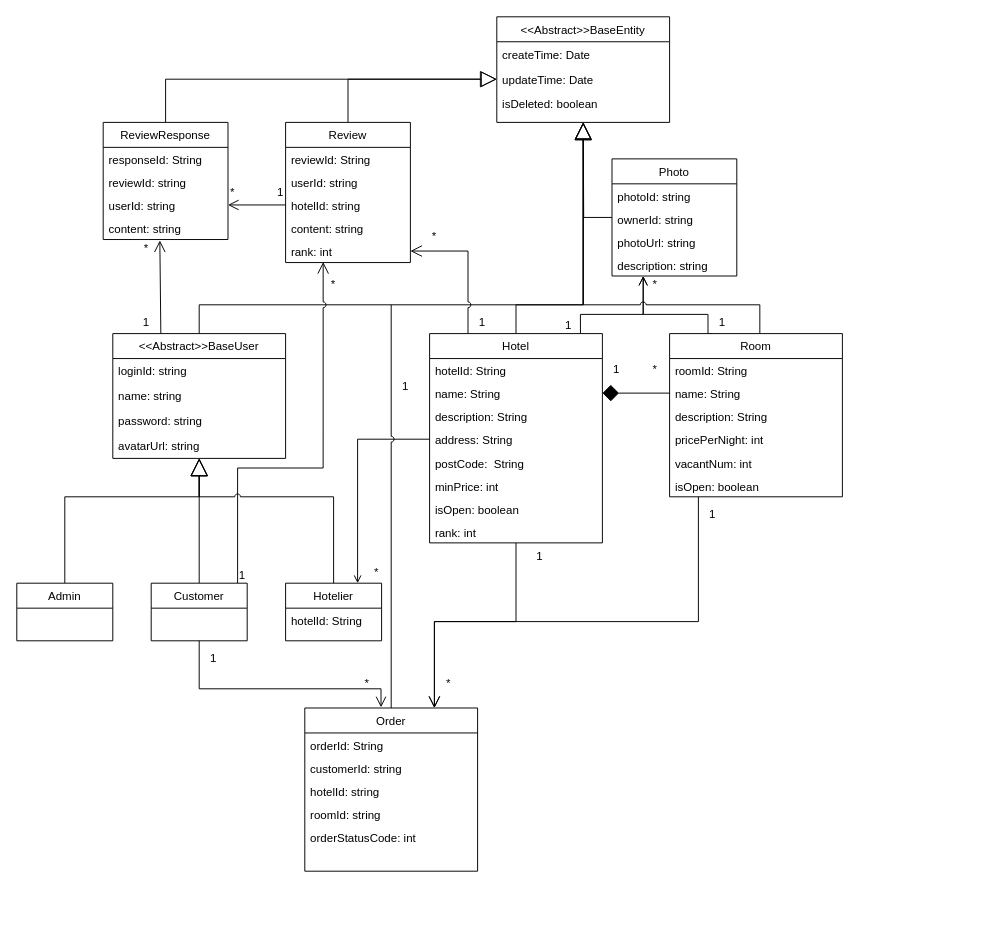
Blackmesa-Canteen/static-res keeps this draw.io diagram as domain.drawio. Above is the earlier version. Source tidied: cells renumbered, new cells numbered last; positions are measured from the earlier drawing's top-left corner, leaving out a move shared by most shapes. Both pictures are drawn from the tidied source at 96%, with x=0, y=0 at pixel (16, 16).
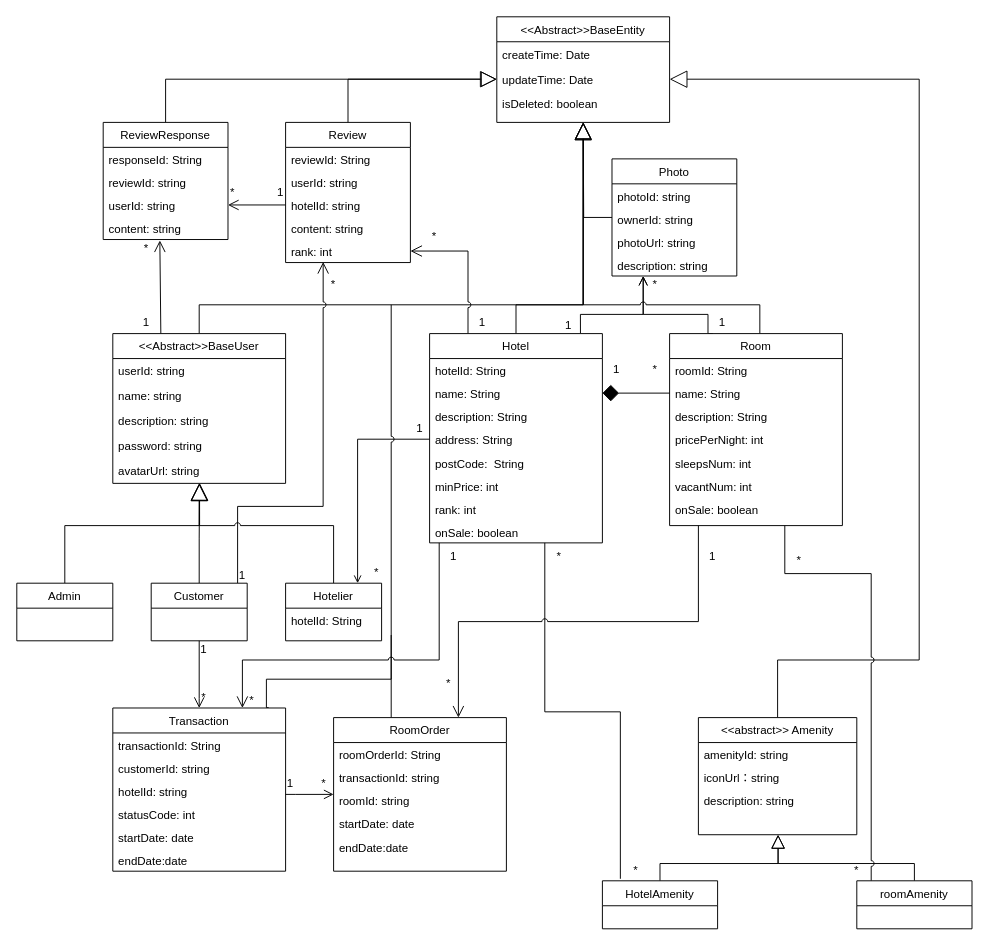
The same diagram, later.

The change refers to these unchanged cells:
```xml
<mxCell id="4" value="updateTime: Date" style="text;align=left;verticalAlign=top;spacingLeft=4;spacingRight=4;overflow=hidden;points=[[0,0.5],[1,0.5]];portConstraint=eastwest;rounded=0;shadow=0;html=0;" parent="2" vertex="1">
  <mxGeometry y="52" width="180" height="26" as="geometry" />
</mxCell>
<mxCell id="14" value="Admin" style="swimlane;fontStyle=0;align=center;verticalAlign=top;horizontal=1;startSize=26;rounded=0;shadow=0;strokeWidth=1;" parent="1" vertex="1">
  <mxGeometry y="590" width="100" height="60" as="geometry" />
</mxCell>
<mxCell id="18" value="Customer" style="swimlane;fontStyle=0;align=center;verticalAlign=top;horizontal=1;startSize=26;rounded=0;shadow=0;strokeWidth=1;" parent="1" vertex="1">
  <mxGeometry x="140" y="590" width="100" height="60" as="geometry" />
</mxCell>
<mxCell id="21" value="Hotelier" style="swimlane;fontStyle=0;align=center;verticalAlign=top;horizontal=1;startSize=26;rounded=0;shadow=0;strokeWidth=1;" parent="1" vertex="1">
  <mxGeometry x="280" y="590" width="100" height="60" as="geometry" />
</mxCell>
<mxCell id="35" value="Hotel" style="swimlane;fontStyle=0;align=center;verticalAlign=top;horizontal=1;startSize=26;rounded=0;shadow=0;strokeWidth=1;" parent="1" vertex="1">
  <mxGeometry x="430" y="330" width="180" height="218" as="geometry" />
</mxCell>
<mxCell id="65" value="rank: int" style="text;align=left;verticalAlign=top;spacingLeft=4;spacingRight=4;overflow=hidden;points=[[0,0.5],[1,0.5]];portConstraint=eastwest;" parent="60" vertex="1">
  <mxGeometry y="122" width="130" height="24" as="geometry" />
</mxCell>
```

Change to the diagram source:
```diff
@@
     <mxCell id="8" value="&lt;&lt;Abstract&gt;&gt;BaseUser" style="swimlane;fontStyle=0;align=center;verticalAlign=top;horizontal=1;startSize=26;rounded=0;shadow=0;strokeWidth=1;" parent="1" vertex="1">
-      <mxGeometry x="100" y="330" width="180" height="130" as="geometry" />
+      <mxGeometry x="100" y="330" width="180" height="156" as="geometry" />
     </mxCell>
-    <mxCell id="9" value="loginId: string" style="text;align=left;verticalAlign=top;spacingLeft=4;spacingRight=4;overflow=hidden;" parent="8" vertex="1">
+    <mxCell id="9" value="userId: string" style="text;align=left;verticalAlign=top;spacingLeft=4;spacingRight=4;overflow=hidden;" parent="8" vertex="1">
       <mxGeometry y="26" width="180" height="26" as="geometry" />
     </mxCell>
@@
+    <mxCell id="94" value="description: string" style="text;align=left;verticalAlign=top;spacingLeft=4;spacingRight=4;overflow=hidden;" parent="8" vertex="1">
+      <mxGeometry y="78" width="180" height="26" as="geometry" />
+    </mxCell>
     <mxCell id="11" value="password: string" style="text;align=left;verticalAlign=top;spacingLeft=4;spacingRight=4;overflow=hidden;rounded=0;shadow=0;html=0;" parent="8" vertex="1">
-      <mxGeometry y="78" width="180" height="26" as="geometry" />
+      <mxGeometry y="104" width="180" height="26" as="geometry" />
     </mxCell>
     <mxCell id="12" value="avatarUrl: string" style="text;align=left;verticalAlign=top;spacingLeft=4;spacingRight=4;overflow=hidden;points=[[0,0.5],[1,0.5]];portConstraint=eastwest;rounded=0;shadow=0;html=0;" parent="8" vertex="1">
-      <mxGeometry y="104" width="180" height="26" as="geometry" />
+      <mxGeometry y="130" width="180" height="26" as="geometry" />
     </mxCell>
     <mxCell id="13" style="edgeStyle=orthogonalEdgeStyle;rounded=0;jettySize=auto;html=1;entryX=0.5;entryY=1;entryDx=0;entryDy=0;endArrow=block;endFill=0;endSize=16;strokeWidth=1;exitX=0.5;exitY=0;exitDx=0;exitDy=0;" parent="1" edge="1" source="14" target="8">
       <mxGeometry relative="1" as="geometry">
         <Array as="points">
-          <mxPoint x="50" y="500" />
-          <mxPoint x="190" y="500" />
+          <mxPoint x="50" y="530" />
+          <mxPoint x="190" y="530" />
         </Array>
       </mxGeometry>
     </mxCell>
@@
-    <mxCell id="15" style="edgeStyle=orthogonalEdgeStyle;rounded=0;jettySize=auto;html=1;endArrow=block;endFill=0;endSize=16;strokeWidth=1;" parent="1" edge="1" source="18">
-      <mxGeometry relative="1" as="geometry">
-        <mxPoint x="190" y="460" as="targetPoint" />
-      </mxGeometry>
+    <mxCell id="15" style="edgeStyle=orthogonalEdgeStyle;rounded=0;jettySize=auto;html=1;endArrow=block;endFill=0;endSize=16;strokeWidth=1;entryX=0.502;entryY=0.978;entryDx=0;entryDy=0;entryPerimeter=0;" parent="1" edge="1" source="18" target="12">
+      <mxGeometry relative="1" as="geometry" />
     </mxCell>
-    <mxCell id="16" style="edgeStyle=orthogonalEdgeStyle;rounded=0;jettySize=auto;html=1;entryX=0.441;entryY=-0.004;entryDx=0;entryDy=0;entryPerimeter=0;startArrow=none;startFill=0;endArrow=open;endFill=0;startSize=15;endSize=9;targetPerimeterSpacing=0;strokeWidth=1;" parent="1" edge="1" source="18" target="24">
+    <mxCell id="16" style="edgeStyle=orthogonalEdgeStyle;rounded=0;jettySize=auto;html=1;entryX=0.5;entryY=0;entryDx=0;entryDy=0;startArrow=none;startFill=0;endArrow=open;endFill=0;startSize=15;endSize=9;targetPerimeterSpacing=0;strokeWidth=1;" parent="1" edge="1" source="18" target="107">
       <mxGeometry relative="1" as="geometry">
         <Array as="points">
-          <mxPoint x="190" y="700" />
-          <mxPoint x="379" y="700" />
+          <mxPoint x="190" y="710" />
+          <mxPoint x="190" y="710" />
         </Array>
       </mxGeometry>
     </mxCell>
     <mxCell id="17" style="edgeStyle=orthogonalEdgeStyle;rounded=0;jumpStyle=arc;jettySize=auto;html=1;startArrow=none;startFill=0;endArrow=open;endFill=0;startSize=15;endSize=10;targetPerimeterSpacing=0;strokeWidth=1;entryX=0.301;entryY=0.975;entryDx=0;entryDy=0;entryPerimeter=0;" parent="1" edge="1" source="18" target="65">
       <mxGeometry relative="1" as="geometry">
         <Array as="points">
-          <mxPoint x="230" y="470" />
-          <mxPoint x="319" y="470" />
+          <mxPoint x="230" y="510" />
+          <mxPoint x="319" y="510" />
         </Array>
       </mxGeometry>
     </mxCell>
@@
-    <mxCell id="19" style="edgeStyle=orthogonalEdgeStyle;rounded=0;jettySize=auto;html=1;endArrow=block;endFill=0;endSize=16;strokeWidth=1;jumpStyle=arc;" parent="1" edge="1" source="21">
+    <mxCell id="19" style="edgeStyle=orthogonalEdgeStyle;rounded=0;jettySize=auto;html=1;endArrow=block;endFill=0;endSize=16;strokeWidth=1;jumpStyle=arc;entryX=0.502;entryY=0.993;entryDx=0;entryDy=0;entryPerimeter=0;" parent="1" edge="1" source="21" target="12">
       <mxGeometry relative="1" as="geometry">
-        <mxPoint x="190" y="460" as="targetPoint" />
         <Array as="points">
-          <mxPoint x="330" y="500" />
-          <mxPoint x="190" y="500" />
+          <mxPoint x="330" y="530" />
+          <mxPoint x="190" y="530" />
         </Array>
       </mxGeometry>
     </mxCell>
@@
-    <mxCell id="24" value="Order" style="swimlane;fontStyle=0;align=center;verticalAlign=top;horizontal=1;startSize=26;rounded=0;shadow=0;strokeWidth=1;" parent="1" vertex="1">
-      <mxGeometry x="300" y="720" width="180" height="170" as="geometry" />
+    <mxCell id="24" value="RoomOrder" style="swimlane;fontStyle=0;align=center;verticalAlign=top;horizontal=1;startSize=26;rounded=0;shadow=0;strokeWidth=1;" parent="1" vertex="1">
+      <mxGeometry x="330" y="730" width="180" height="160" as="geometry" />
     </mxCell>
-    <mxCell id="25" value="orderId: String&#10;" style="text;align=left;verticalAlign=top;spacingLeft=4;spacingRight=4;overflow=hidden;" parent="24" vertex="1">
+    <mxCell id="25" value="roomOrderId: String&#10;" style="text;align=left;verticalAlign=top;spacingLeft=4;spacingRight=4;overflow=hidden;" parent="24" vertex="1">
       <mxGeometry y="26" width="180" height="24" as="geometry" />
     </mxCell>
-    <mxCell id="26" value="customerId: string" style="text;align=left;verticalAlign=top;spacingLeft=4;spacingRight=4;overflow=hidden;" parent="24" vertex="1">
-      <mxGeometry y="50" width="180" height="24" as="geometry" />
-    </mxCell>
-    <mxCell id="27" value="hotelId: string" style="text;align=left;verticalAlign=top;spacingLeft=4;spacingRight=4;overflow=hidden;" parent="24" vertex="1">
-      <mxGeometry y="74" width="180" height="24" as="geometry" />
-    </mxCell>
+    <mxCell id="95" value="transactionId: string" style="text;align=left;verticalAlign=top;spacingLeft=4;spacingRight=4;overflow=hidden;" parent="24" vertex="1">
+      <mxGeometry y="50" width="180" height="24" as="geometry" />
+    </mxCell>
     <mxCell id="28" value="roomId: string" style="text;align=left;verticalAlign=top;spacingLeft=4;spacingRight=4;overflow=hidden;" parent="24" vertex="1">
-      <mxGeometry y="98" width="180" height="24" as="geometry" />
+      <mxGeometry y="74" width="180" height="24" as="geometry" />
     </mxCell>
-    <mxCell id="29" value="orderStatusCode: int" style="text;align=left;verticalAlign=top;spacingLeft=4;spacingRight=4;overflow=hidden;" parent="24" vertex="1">
-      <mxGeometry y="122" width="180" height="24" as="geometry" />
-    </mxCell>
+    <mxCell id="96" value="startDate: date" style="text;align=left;verticalAlign=top;spacingLeft=4;spacingRight=4;overflow=hidden;" parent="24" vertex="1">
+      <mxGeometry y="98" width="180" height="24" as="geometry" />
+    </mxCell>
+    <mxCell id="97" value="endDate:date" style="text;align=left;verticalAlign=top;spacingLeft=4;spacingRight=4;overflow=hidden;" parent="24" vertex="1">
+      <mxGeometry y="122" width="180" height="24" as="geometry" />
+    </mxCell>
@@
-    <mxCell id="33" style="edgeStyle=orthogonalEdgeStyle;rounded=0;jumpStyle=arc;jettySize=auto;html=1;entryX=0.75;entryY=0;entryDx=0;entryDy=0;startArrow=none;startFill=0;endArrow=open;endFill=0;startSize=15;endSize=10;targetPerimeterSpacing=0;strokeWidth=1;" parent="1" edge="1" source="35" target="24">
+    <mxCell id="33" style="edgeStyle=orthogonalEdgeStyle;rounded=0;jumpStyle=arc;jettySize=auto;html=1;startArrow=none;startFill=0;endArrow=open;endFill=0;startSize=15;endSize=10;targetPerimeterSpacing=0;strokeWidth=1;entryX=0.75;entryY=0;entryDx=0;entryDy=0;" parent="1" edge="1" source="35" target="107">
       <mxGeometry relative="1" as="geometry">
         <Array as="points">
-          <mxPoint x="520" y="630" />
-          <mxPoint x="435" y="630" />
+          <mxPoint x="440" y="670" />
+          <mxPoint x="235" y="670" />
         </Array>
       </mxGeometry>
     </mxCell>
@@
+    <mxCell id="98" style="edgeStyle=orthogonalEdgeStyle;rounded=0;jumpStyle=none;jettySize=auto;html=1;entryX=0.156;entryY=-0.042;entryDx=0;entryDy=0;entryPerimeter=0;startArrow=none;startFill=0;endArrow=none;endFill=0;startSize=15;endSize=8;targetPerimeterSpacing=0;strokeWidth=1;" parent="1" edge="1" source="35" target="117">
+      <mxGeometry relative="1" as="geometry">
+        <Array as="points">
+          <mxPoint x="550" y="724" />
+          <mxPoint x="629" y="724" />
+        </Array>
+      </mxGeometry>
+    </mxCell>
@@
+    <mxCell id="43" value="rank: int" style="text;align=left;verticalAlign=top;spacingLeft=4;spacingRight=4;overflow=hidden;" parent="35" vertex="1">
+      <mxGeometry y="170" width="180" height="24" as="geometry" />
+    </mxCell>
-    <mxCell id="42" value="isOpen: boolean" style="text;align=left;verticalAlign=top;spacingLeft=4;spacingRight=4;overflow=hidden;" parent="35" vertex="1">
-      <mxGeometry y="170" width="180" height="24" as="geometry" />
+    <mxCell id="42" value="onSale: boolean" style="text;align=left;verticalAlign=top;spacingLeft=4;spacingRight=4;overflow=hidden;" parent="35" vertex="1">
+      <mxGeometry y="194" width="180" height="24" as="geometry" />
     </mxCell>
-    <mxCell id="43" value="rank: int" style="text;align=left;verticalAlign=top;spacingLeft=4;spacingRight=4;overflow=hidden;" parent="35" vertex="1">
-      <mxGeometry y="194" width="180" height="24" as="geometry" />
-    </mxCell>
     <mxCell id="44" value="1" style="text;html=1;strokeColor=none;fillColor=none;align=center;verticalAlign=middle;whiteSpace=wrap;rounded=0;" parent="1" vertex="1">
-      <mxGeometry x="380" y="376.5" width="50" height="17" as="geometry" />
+      <mxGeometry x="395" y="420" width="50" height="17" as="geometry" />
     </mxCell>
@@
-    <mxCell id="47" style="edgeStyle=orthogonalEdgeStyle;rounded=0;jumpStyle=none;jettySize=auto;html=1;entryX=0.75;entryY=0;entryDx=0;entryDy=0;startArrow=none;startFill=0;endArrow=open;endFill=0;startSize=15;endSize=10;targetPerimeterSpacing=0;strokeWidth=1;" parent="1" edge="1" source="49" target="24">
+    <mxCell id="47" style="edgeStyle=orthogonalEdgeStyle;rounded=0;jumpStyle=arc;jettySize=auto;html=1;startArrow=none;startFill=0;endArrow=open;endFill=0;startSize=15;endSize=10;targetPerimeterSpacing=0;strokeWidth=1;" parent="1" edge="1" source="49">
       <mxGeometry relative="1" as="geometry">
+        <mxPoint x="460" y="730" as="targetPoint" />
         <Array as="points">
           <mxPoint x="710" y="630" />
-          <mxPoint x="435" y="630" />
+          <mxPoint x="460" y="630" />
+          <mxPoint x="460" y="730" />
         </Array>
       </mxGeometry>
     </mxCell>
@@
     <mxCell id="49" value="Room" style="swimlane;fontStyle=0;align=center;verticalAlign=top;horizontal=1;startSize=26;rounded=0;shadow=0;strokeWidth=1;" parent="1" vertex="1">
-      <mxGeometry x="680" y="330" width="180" height="170" as="geometry" />
+      <mxGeometry x="680" y="330" width="180" height="200" as="geometry" />
     </mxCell>
@@
+    <mxCell id="99" value="sleepsNum: int" style="text;align=left;verticalAlign=top;spacingLeft=4;spacingRight=4;overflow=hidden;" parent="49" vertex="1">
+      <mxGeometry y="122" width="180" height="24" as="geometry" />
+    </mxCell>
     <mxCell id="54" value="vacantNum: int" style="text;align=left;verticalAlign=top;spacingLeft=4;spacingRight=4;overflow=hidden;" parent="49" vertex="1">
-      <mxGeometry y="122" width="180" height="24" as="geometry" />
+      <mxGeometry y="146" width="180" height="24" as="geometry" />
     </mxCell>
-    <mxCell id="55" value="isOpen: boolean" style="text;align=left;verticalAlign=top;spacingLeft=4;spacingRight=4;overflow=hidden;" parent="49" vertex="1">
-      <mxGeometry y="146" width="180" height="24" as="geometry" />
+    <mxCell id="55" value="onSale: boolean" style="text;align=left;verticalAlign=top;spacingLeft=4;spacingRight=4;overflow=hidden;" parent="49" vertex="1">
+      <mxGeometry y="170" width="180" height="26" as="geometry" />
     </mxCell>
@@
     <mxCell id="80" value="1" style="text;html=1;strokeColor=none;fillColor=none;align=center;verticalAlign=middle;whiteSpace=wrap;rounded=0;" parent="1" vertex="1">
-      <mxGeometry x="190" y="660" width="30" height="17" as="geometry" />
+      <mxGeometry x="180" y="650" width="30" height="17" as="geometry" />
     </mxCell>
-    <mxCell id="81" value="*" style="text;html=1;strokeColor=none;fillColor=none;align=center;verticalAlign=middle;whiteSpace=wrap;rounded=0;" parent="1" vertex="1">
-      <mxGeometry x="355" y="690" width="20" height="10" as="geometry" />
-    </mxCell>
@@
     <mxCell id="83" value="1" style="text;html=1;strokeColor=none;fillColor=none;align=center;verticalAlign=middle;whiteSpace=wrap;rounded=0;" parent="1" vertex="1">
-      <mxGeometry x="530" y="553" width="30" height="17" as="geometry" />
+      <mxGeometry x="440" y="553" width="30" height="17" as="geometry" />
     </mxCell>
     <mxCell id="84" value="1" style="text;html=1;strokeColor=none;fillColor=none;align=center;verticalAlign=middle;whiteSpace=wrap;rounded=0;" parent="1" vertex="1">
-      <mxGeometry x="710" y="510" width="30" height="17" as="geometry" />
+      <mxGeometry x="710" y="553" width="30" height="17" as="geometry" />
     </mxCell>
@@
+    <mxCell id="100" style="edgeStyle=orthogonalEdgeStyle;rounded=0;jumpStyle=arc;jettySize=auto;html=1;entryX=1;entryY=0.5;entryDx=0;entryDy=0;startArrow=none;startFill=0;endArrow=block;endFill=0;startSize=15;endSize=16;targetPerimeterSpacing=0;strokeWidth=1;exitX=0.5;exitY=0;exitDx=0;exitDy=0;" parent="1" edge="1" source="101" target="4">
+      <mxGeometry relative="1" as="geometry">
+        <Array as="points">
+          <mxPoint x="793" y="670" />
+          <mxPoint x="940" y="670" />
+          <mxPoint x="940" y="65" />
+        </Array>
+      </mxGeometry>
+    </mxCell>
+    <mxCell id="101" value="&lt;&lt;abstract&gt;&gt; Amenity" style="swimlane;fontStyle=0;align=center;verticalAlign=top;horizontal=1;startSize=26;rounded=0;shadow=0;strokeWidth=1;" parent="1" vertex="1">
+      <mxGeometry x="710" y="730" width="165" height="122" as="geometry" />
+    </mxCell>
+    <mxCell id="102" value="amenityId: string" style="text;align=left;verticalAlign=top;spacingLeft=4;spacingRight=4;overflow=hidden;" parent="101" vertex="1">
+      <mxGeometry y="26" width="165" height="24" as="geometry" />
+    </mxCell>
+    <mxCell id="103" value="iconUrl：string" style="text;align=left;verticalAlign=top;spacingLeft=4;spacingRight=4;overflow=hidden;" parent="101" vertex="1">
+      <mxGeometry y="50" width="165" height="24" as="geometry" />
+    </mxCell>
+    <mxCell id="104" value="description: string" style="text;align=left;verticalAlign=top;spacingLeft=4;spacingRight=4;overflow=hidden;" parent="101" vertex="1">
+      <mxGeometry y="74" width="165" height="24" as="geometry" />
+    </mxCell>
+    <mxCell id="105" style="edgeStyle=orthogonalEdgeStyle;rounded=0;jumpStyle=none;jettySize=auto;html=1;startArrow=none;startFill=0;endArrow=none;endFill=0;startSize=15;endSize=8;targetPerimeterSpacing=0;strokeWidth=1;exitX=0.902;exitY=-0.002;exitDx=0;exitDy=0;exitPerimeter=0;" parent="1" edge="1" source="107">
+      <mxGeometry relative="1" as="geometry">
+        <mxPoint x="390" y="644" as="targetPoint" />
+        <Array as="points">
+          <mxPoint x="260" y="720" />
+          <mxPoint x="260" y="690" />
+          <mxPoint x="390" y="690" />
+        </Array>
+      </mxGeometry>
+    </mxCell>
+    <mxCell id="106" style="edgeStyle=orthogonalEdgeStyle;rounded=0;jumpStyle=none;jettySize=auto;html=1;startArrow=none;startFill=0;endArrow=open;endFill=0;startSize=15;endSize=8;targetPerimeterSpacing=0;strokeWidth=1;" parent="1" edge="1" source="107" target="24">
+      <mxGeometry relative="1" as="geometry">
+        <Array as="points">
+          <mxPoint x="290" y="810" />
+          <mxPoint x="290" y="810" />
+        </Array>
+      </mxGeometry>
+    </mxCell>
+    <mxCell id="107" value="Transaction" style="swimlane;fontStyle=0;align=center;verticalAlign=top;horizontal=1;startSize=26;rounded=0;shadow=0;strokeWidth=1;" parent="1" vertex="1">
+      <mxGeometry x="100" y="720" width="180" height="170" as="geometry" />
+    </mxCell>
+    <mxCell id="108" value="transactionId: String&#10;" style="text;align=left;verticalAlign=top;spacingLeft=4;spacingRight=4;overflow=hidden;" parent="107" vertex="1">
+      <mxGeometry y="26" width="180" height="24" as="geometry" />
+    </mxCell>
+    <mxCell id="26" value="customerId: string" style="text;align=left;verticalAlign=top;spacingLeft=4;spacingRight=4;overflow=hidden;" parent="107" vertex="1">
+      <mxGeometry y="50" width="180" height="24" as="geometry" />
+    </mxCell>
+    <mxCell id="27" value="hotelId: string" style="text;align=left;verticalAlign=top;spacingLeft=4;spacingRight=4;overflow=hidden;" parent="107" vertex="1">
+      <mxGeometry y="74" width="180" height="24" as="geometry" />
+    </mxCell>
+    <mxCell id="109" value="statusCode: int" style="text;align=left;verticalAlign=top;spacingLeft=4;spacingRight=4;overflow=hidden;" parent="107" vertex="1">
+      <mxGeometry y="98" width="180" height="24" as="geometry" />
+    </mxCell>
+    <mxCell id="110" value="startDate: date" style="text;align=left;verticalAlign=top;spacingLeft=4;spacingRight=4;overflow=hidden;" parent="107" vertex="1">
+      <mxGeometry y="122" width="180" height="24" as="geometry" />
+    </mxCell>
+    <mxCell id="111" value="endDate:date" style="text;align=left;verticalAlign=top;spacingLeft=4;spacingRight=4;overflow=hidden;" parent="107" vertex="1">
+      <mxGeometry y="146" width="180" height="24" as="geometry" />
+    </mxCell>
+    <mxCell id="112" value="*" style="text;html=1;strokeColor=none;fillColor=none;align=center;verticalAlign=middle;whiteSpace=wrap;rounded=0;" parent="1" vertex="1">
+      <mxGeometry x="180" y="700" width="30" height="17" as="geometry" />
+    </mxCell>
+    <mxCell id="113" value="*" style="text;html=1;strokeColor=none;fillColor=none;align=center;verticalAlign=middle;whiteSpace=wrap;rounded=0;" parent="1" vertex="1">
+      <mxGeometry x="230" y="703" width="30" height="17" as="geometry" />
+    </mxCell>
+    <mxCell id="114" value="1" style="text;html=1;strokeColor=none;fillColor=none;align=center;verticalAlign=middle;whiteSpace=wrap;rounded=0;" parent="1" vertex="1">
+      <mxGeometry x="270" y="790" width="30" height="17" as="geometry" />
+    </mxCell>
+    <mxCell id="115" value="*" style="text;html=1;strokeColor=none;fillColor=none;align=center;verticalAlign=middle;whiteSpace=wrap;rounded=0;" parent="1" vertex="1">
+      <mxGeometry x="305" y="790" width="30" height="17" as="geometry" />
+    </mxCell>
+    <mxCell id="116" style="edgeStyle=orthogonalEdgeStyle;rounded=0;jumpStyle=none;jettySize=auto;html=1;startArrow=none;startFill=0;endArrow=block;endFill=0;startSize=15;endSize=12;targetPerimeterSpacing=0;strokeWidth=1;" parent="1" edge="1" source="117" target="101">
+      <mxGeometry relative="1" as="geometry">
+        <Array as="points">
+          <mxPoint x="670" y="882" />
+          <mxPoint x="793" y="882" />
+        </Array>
+      </mxGeometry>
+    </mxCell>
+    <mxCell id="117" value="HotelAmenity" style="swimlane;fontStyle=0;align=center;verticalAlign=top;horizontal=1;startSize=26;rounded=0;shadow=0;strokeWidth=1;" parent="1" vertex="1">
+      <mxGeometry x="610" y="900" width="120" height="50" as="geometry" />
+    </mxCell>
+    <mxCell id="118" style="edgeStyle=orthogonalEdgeStyle;rounded=0;jumpStyle=none;jettySize=auto;html=1;startArrow=none;startFill=0;endArrow=block;endFill=0;startSize=15;endSize=12;targetPerimeterSpacing=0;strokeWidth=1;" parent="1" edge="1" source="120" target="101">
+      <mxGeometry relative="1" as="geometry">
+        <Array as="points">
+          <mxPoint x="935" y="882" />
+          <mxPoint x="793" y="882" />
+        </Array>
+      </mxGeometry>
+    </mxCell>
+    <mxCell id="119" style="edgeStyle=orthogonalEdgeStyle;rounded=0;jumpStyle=arc;jettySize=auto;html=1;startArrow=none;startFill=0;endArrow=none;endFill=0;startSize=15;endSize=8;targetPerimeterSpacing=0;strokeWidth=1;" parent="1" edge="1" source="120">
+      <mxGeometry relative="1" as="geometry">
+        <mxPoint x="800" y="530" as="targetPoint" />
+        <Array as="points">
+          <mxPoint x="890" y="580" />
+          <mxPoint x="800" y="580" />
+        </Array>
+      </mxGeometry>
+    </mxCell>
+    <mxCell id="120" value="roomAmenity" style="swimlane;fontStyle=0;align=center;verticalAlign=top;horizontal=1;startSize=26;rounded=0;shadow=0;strokeWidth=1;" parent="1" vertex="1">
+      <mxGeometry x="875" y="900" width="120" height="50" as="geometry" />
+    </mxCell>
+    <mxCell id="121" value="*" style="text;html=1;strokeColor=none;fillColor=none;align=center;verticalAlign=middle;whiteSpace=wrap;rounded=0;" parent="1" vertex="1">
+      <mxGeometry x="550" y="553" width="30" height="17" as="geometry" />
+    </mxCell>
+    <mxCell id="122" value="*" style="text;html=1;strokeColor=none;fillColor=none;align=center;verticalAlign=middle;whiteSpace=wrap;rounded=0;" parent="1" vertex="1">
+      <mxGeometry x="630" y="878" width="30" height="22" as="geometry" />
+    </mxCell>
+    <mxCell id="123" value="*" style="text;html=1;strokeColor=none;fillColor=none;align=center;verticalAlign=middle;whiteSpace=wrap;rounded=0;" parent="1" vertex="1">
+      <mxGeometry x="860" y="878" width="30" height="22" as="geometry" />
+    </mxCell>
+    <mxCell id="124" value="*" style="text;html=1;strokeColor=none;fillColor=none;align=center;verticalAlign=middle;whiteSpace=wrap;rounded=0;" parent="1" vertex="1">
+      <mxGeometry x="800" y="553" width="30" height="27" as="geometry" />
+    </mxCell>
```
